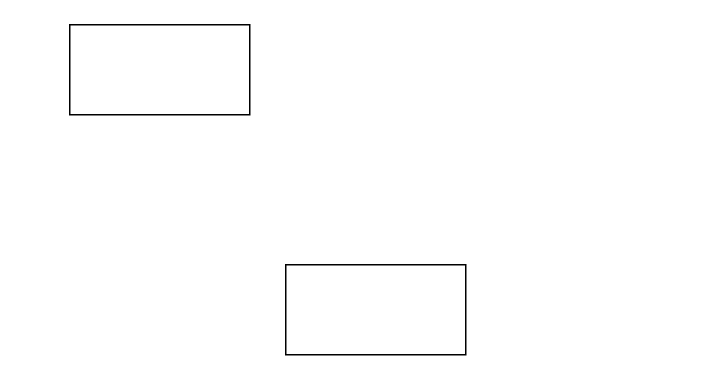
The draw.io diagram 1.drawio in hellp31/Belomyttsev-Gleb-Algoritm, before the edit. Source tidied: cells renumbered, new cells numbered last; positions are measured from the earlier drawing's top-left corner, leaving out a move shared by most shapes. Both pictures are drawn from the tidied source at 150%, with x=0, y=0 at pixel (69, 24).
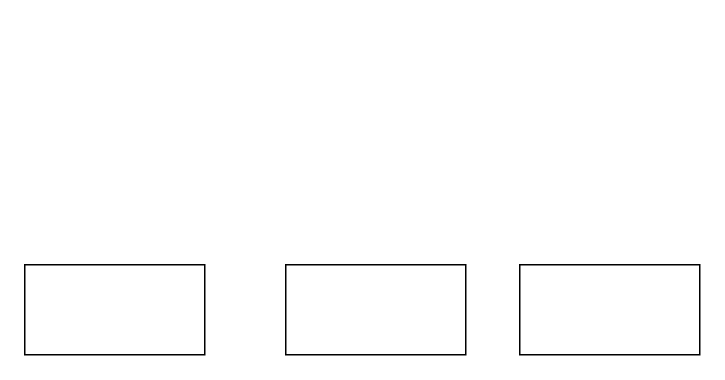
After the change.

What changed in the source:
```diff
@@
 <mxGraphModel>
   <root>
     <mxCell id="0" />
     <mxCell id="1" parent="0" />
     <mxCell id="2" style="rounded=0;whiteSpace=wrap;html=1;" parent="1" vertex="1">
       <mxGeometry x="144" y="160" width="120" height="60" as="geometry" />
     </mxCell>
     <mxCell id="3" style="rounded=0;whiteSpace=wrap;html=1;" parent="1" vertex="1">
-      <mxGeometry width="120" height="60" as="geometry" />
+      <mxGeometry x="-30" y="160" width="120" height="60" as="geometry" />
     </mxCell>
+    <mxCell id="4" style="rounded=0;whiteSpace=wrap;html=1;" parent="1" vertex="1">
+      <mxGeometry x="300" y="160" width="120" height="60" as="geometry" />
+    </mxCell>
   </root>
 </mxGraphModel>
```
